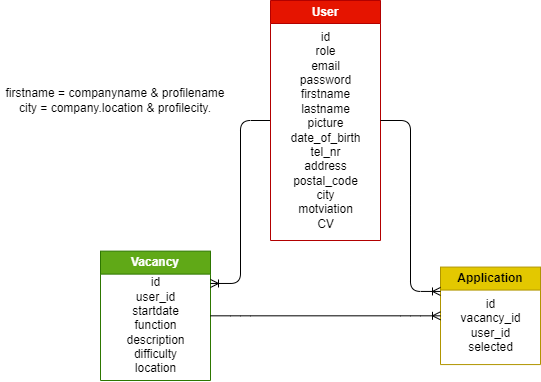
This is documents/design/VAC-ERD-Uitgewerkt-gegevensmodel-TV-v2.drawio.png from TizianoVotano/educom-symfony, a draw.io export, as it was before one commit. Source tidied: cells renumbered, new cells last; positions are measured from the earlier drawing's top-left corner, leaving out a move shared by most shapes.
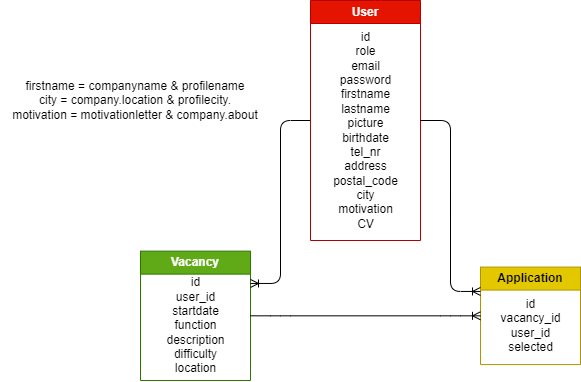
The same file after the commit.

Commit message:
Edited ERD field

Change to the diagram source:
```diff
@@ -23,14 +23,14 @@
     <mxCell id="8" value="User" style="swimlane;whiteSpace=wrap;html=1;fillColor=#e51400;fontColor=#ffffff;strokeColor=#B20000;" parent="1" vertex="1">
       <mxGeometry x="270" width="110" height="240" as="geometry" />
     </mxCell>
-    <mxCell id="9" value="&lt;div&gt;id&lt;/div&gt;&lt;div&gt;role&lt;/div&gt;&lt;div&gt;email&lt;/div&gt;&lt;div&gt;password&lt;/div&gt;&lt;div&gt;firstname&lt;/div&gt;&lt;div&gt;lastname&lt;/div&gt;&lt;div&gt;picture&lt;/div&gt;&lt;div&gt;date_of_birth&lt;/div&gt;&lt;div&gt;tel_nr&lt;/div&gt;&lt;div&gt;address&lt;/div&gt;&lt;div&gt;postal_code&lt;/div&gt;&lt;div&gt;city&lt;/div&gt;&lt;div&gt;motviation&lt;/div&gt;&lt;div&gt;CV&lt;/div&gt;" style="text;html=1;align=center;verticalAlign=middle;strokeColor=none;fillColor=none;fontColor=#000000;" parent="8" vertex="1">
-      <mxGeometry x="10" y="25" width="90" height="210" as="geometry" />
+    <mxCell id="9" value="&lt;div&gt;id&lt;/div&gt;&lt;div&gt;role&lt;/div&gt;&lt;div&gt;email&lt;/div&gt;&lt;div&gt;password&lt;/div&gt;&lt;div&gt;firstname&lt;/div&gt;&lt;div&gt;lastname&lt;/div&gt;&lt;div&gt;picture&lt;/div&gt;&lt;div&gt;birthdate&lt;/div&gt;&lt;div&gt;tel_nr&lt;/div&gt;&lt;div&gt;address&lt;/div&gt;&lt;div&gt;postal_code&lt;/div&gt;&lt;div&gt;city&lt;/div&gt;&lt;div&gt;motivation&lt;/div&gt;&lt;div&gt;CV&lt;/div&gt;" style="text;html=1;align=center;verticalAlign=middle;strokeColor=none;fillColor=none;fontColor=#000000;" parent="8" vertex="1">
+      <mxGeometry x="10" y="20" width="90" height="220" as="geometry" />
     </mxCell>
     <mxCell id="10" style="edgeStyle=entityRelationEdgeStyle;fontSize=12;html=1;endArrow=ERoneToMany;strokeColor=#000000;exitX=1;exitY=0.5;exitDx=0;exitDy=0;entryX=0;entryY=0.25;entryDx=0;entryDy=0;" parent="1" edge="1" source="8" target="4">
       <mxGeometry relative="1" as="geometry" />
     </mxCell>
-    <mxCell id="11" value="firstname = companyname &amp;amp; profilename&lt;br&gt;city = company.location &amp;amp; profilecity." style="text;html=1;strokeColor=none;fillColor=none;align=center;verticalAlign=middle;whiteSpace=wrap;rounded=0;fontColor=#000000;" parent="1" vertex="1">
-      <mxGeometry y="70" width="230" height="60" as="geometry" />
+    <mxCell id="11" value="firstname = companyname &amp;amp; profilename&lt;br&gt;city = company.location &amp;amp; profilecity.&lt;br&gt;motivation = motivationletter &amp;amp; company.about" style="text;html=1;strokeColor=none;fillColor=none;align=center;verticalAlign=middle;whiteSpace=wrap;rounded=0;fontColor=#000000;" parent="1" vertex="1">
+      <mxGeometry x="-40" y="70" width="270" height="60" as="geometry" />
     </mxCell>
   </root>
 </mxGraphModel>
```
